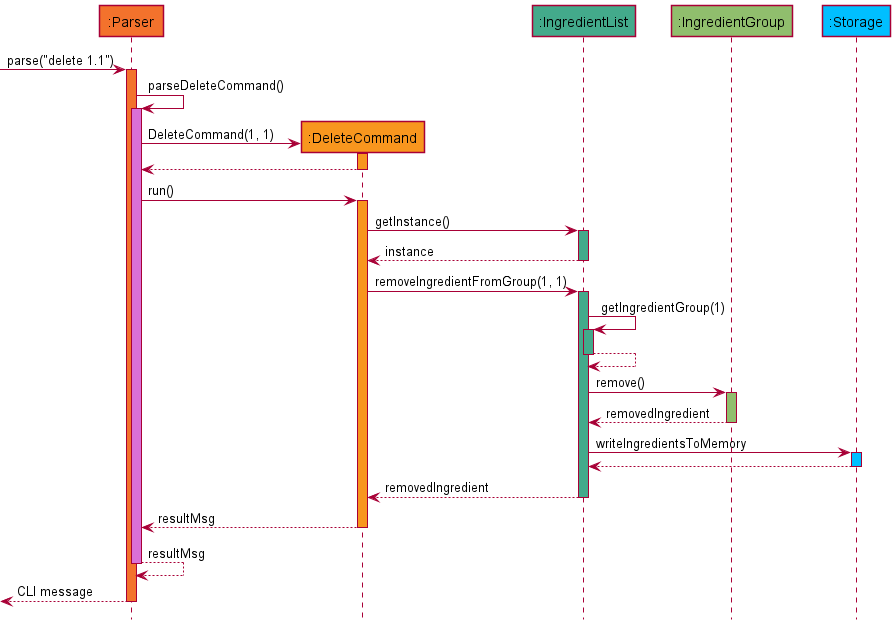
Earlier version of the PlantUML export docs/images/DeleteSequenceDiagram.png (nus-cs2113-AY2122S1/tp).
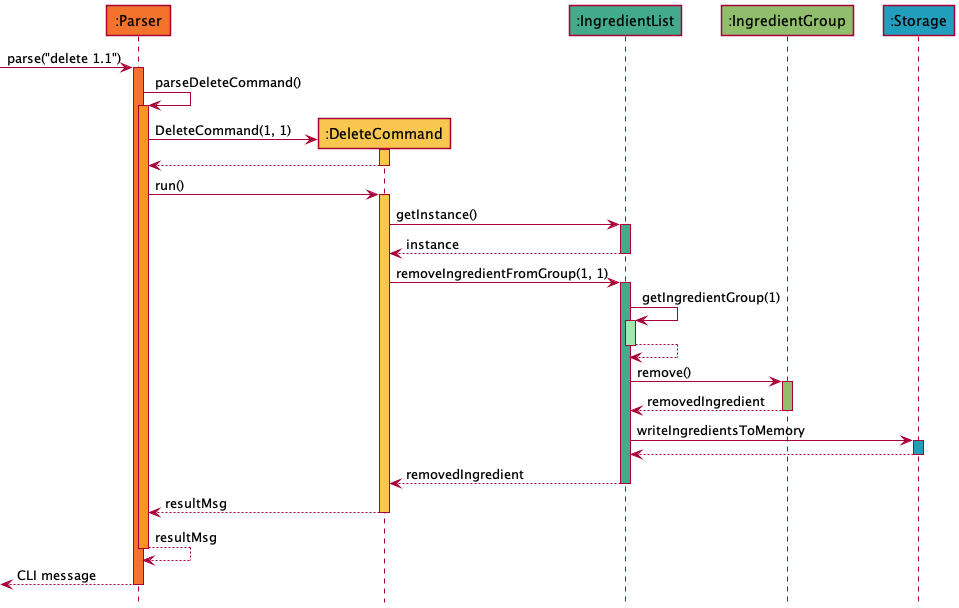
The same file after the commit.

The edit, as a diff of the source:
```diff
@@ -29,7 +29,7 @@
 activate ingredient_list INGREDIENTLIST_COLOUR
 
 ingredient_list -> ingredient_list : getIngredientGroup(1)
-activate ingredient_list INGREDIENTLIST_COLOUR
+activate ingredient_list INGREDIENTLIST_COLOUR_S1
 return
 
 ingredient_list -> ingredient_group : remove()
```
